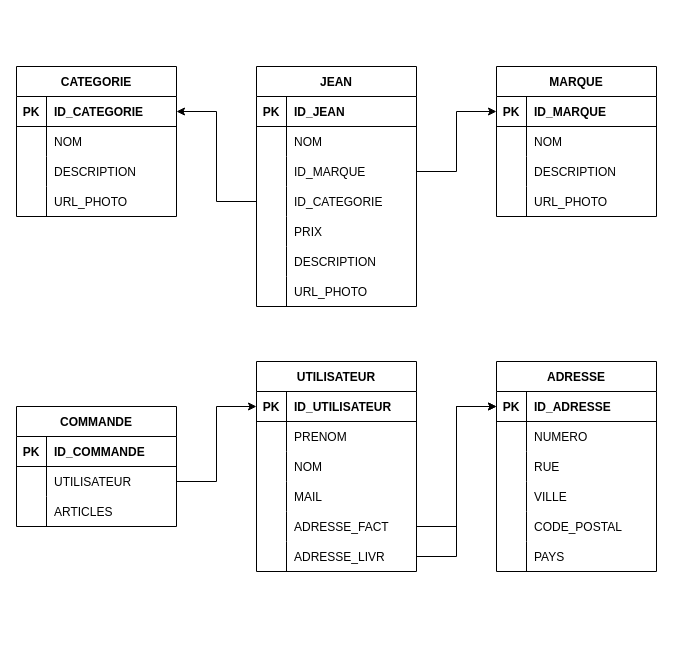
Earlier version of the draw.io diagram database/DB.drawio (Paul-Riviere/SupJeans). Source tidied: cells renumbered, new cells numbered last; positions are measured from the earlier drawing's top-left corner, leaving out a move shared by most shapes. Both pictures are drawn from the tidied source at 100%, with x=0, y=0 at pixel (16, 66).
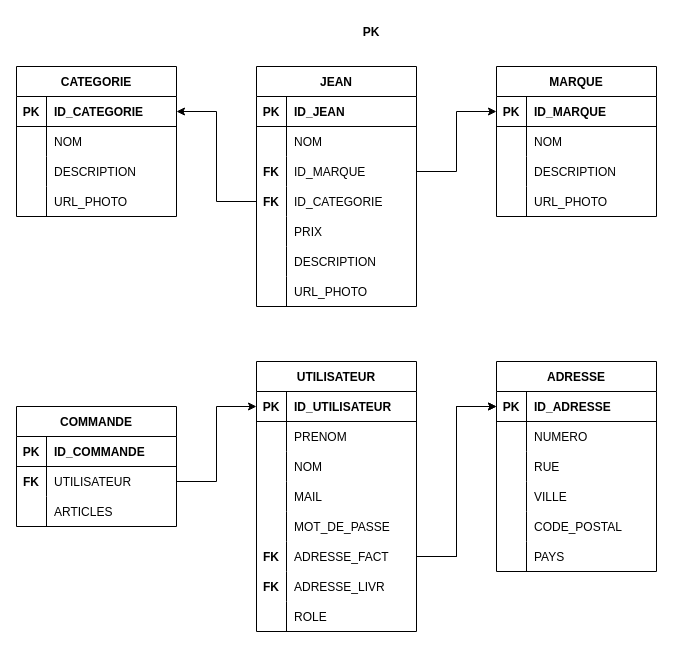
The same page after the edit.

The change refers to these unchanged cells:
```xml
<mxCell id="28" style="shape=partialRectangle;fillColor=none;top=0;left=0;bottom=0;right=0;points=[[0,0.5],[1,0.5]];portConstraint=eastwest;" parent="21" vertex="1">
  <mxGeometry y="90" width="160" height="30" as="geometry" />
</mxCell>
<mxCell id="31" style="shape=partialRectangle;fillColor=none;top=0;left=0;bottom=0;right=0;points=[[0,0.5],[1,0.5]];portConstraint=eastwest;" parent="21" vertex="1">
  <mxGeometry y="120" width="160" height="30" as="geometry" />
</mxCell>
<mxCell id="73" style="shape=partialRectangle;fillColor=none;top=0;left=0;bottom=0;right=0;points=[[0,0.5],[1,0.5]];portConstraint=eastwest;" parent="69" vertex="1">
  <mxGeometry y="60" width="160" height="30" as="geometry" />
</mxCell>
```

What changed in the source:
```diff
@@
     <mxCell id="2" value="UTILISATEUR" style="shape=table;startSize=30;childLayout=tableLayout;rowLines=0;fontStyle=1;align=center;" parent="1" vertex="1">
-      <mxGeometry x="240" y="295" width="160" height="210" as="geometry" />
+      <mxGeometry x="240" y="295" width="160" height="270" as="geometry" />
     </mxCell>
@@
+    <mxCell id="103" style="shape=partialRectangle;fillColor=none;top=0;left=0;bottom=0;right=0;" parent="2" vertex="1">
+      <mxGeometry y="150" width="160" height="30" as="geometry" />
+    </mxCell>
+    <mxCell id="104" style="shape=partialRectangle;fillColor=none;top=0;left=0;bottom=0;right=0;overflow=hidden;" parent="103" vertex="1">
+      <mxGeometry width="30" height="30" as="geometry" />
+    </mxCell>
+    <mxCell id="105" value="MOT_DE_PASSE" style="shape=partialRectangle;fillColor=none;top=0;left=0;bottom=0;right=0;align=left;spacingLeft=6;overflow=hidden;" parent="103" vertex="1">
+      <mxGeometry x="30" width="130" height="30" as="geometry" />
+    </mxCell>
     <mxCell id="15" style="shape=partialRectangle;fillColor=none;top=0;left=0;bottom=0;right=0;points=[[0,0.5],[1,0.5]];portConstraint=eastwest;" parent="2" vertex="1">
-      <mxGeometry y="150" width="160" height="30" as="geometry" />
+      <mxGeometry y="180" width="160" height="30" as="geometry" />
     </mxCell>
-    <mxCell id="16" style="shape=partialRectangle;fillColor=none;top=0;left=0;bottom=0;right=0;overflow=hidden;" parent="15" vertex="1">
+    <mxCell id="16" value="FK" style="shape=partialRectangle;fillColor=none;top=0;left=0;bottom=0;right=0;overflow=hidden;fontStyle=1;" parent="15" vertex="1">
       <mxGeometry width="30" height="30" as="geometry" />
     </mxCell>
@@
     <mxCell id="18" style="shape=partialRectangle;fillColor=none;top=0;left=0;bottom=0;right=0;points=[[0,0.5],[1,0.5]];portConstraint=eastwest;" parent="2" vertex="1">
-      <mxGeometry y="180" width="160" height="30" as="geometry" />
+      <mxGeometry y="210" width="160" height="30" as="geometry" />
     </mxCell>
-    <mxCell id="19" style="shape=partialRectangle;fillColor=none;top=0;left=0;bottom=0;right=0;overflow=hidden;" parent="18" vertex="1">
+    <mxCell id="19" value="FK" style="shape=partialRectangle;fillColor=none;top=0;left=0;bottom=0;right=0;overflow=hidden;fontStyle=1;" parent="18" vertex="1">
       <mxGeometry width="30" height="30" as="geometry" />
     </mxCell>
@@
+    <mxCell id="106" style="shape=partialRectangle;fillColor=none;top=0;left=0;bottom=0;right=0;" parent="2" vertex="1">
+      <mxGeometry y="240" width="160" height="30" as="geometry" />
+    </mxCell>
+    <mxCell id="107" style="shape=partialRectangle;fillColor=none;top=0;left=0;bottom=0;right=0;overflow=hidden;" parent="106" vertex="1">
+      <mxGeometry width="30" height="30" as="geometry" />
+    </mxCell>
+    <mxCell id="108" value="ROLE" style="shape=partialRectangle;fillColor=none;top=0;left=0;bottom=0;right=0;align=left;spacingLeft=6;overflow=hidden;" parent="106" vertex="1">
+      <mxGeometry x="30" width="130" height="30" as="geometry" />
+    </mxCell>
@@
-    <mxCell id="29" style="shape=partialRectangle;fillColor=none;top=0;left=0;bottom=0;right=0;overflow=hidden;" parent="28" vertex="1">
+    <mxCell id="29" value="FK" style="shape=partialRectangle;fillColor=none;top=0;left=0;bottom=0;right=0;overflow=hidden;fontStyle=1;" parent="28" vertex="1">
       <mxGeometry width="30" height="30" as="geometry" />
     </mxCell>
@@
-    <mxCell id="32" style="shape=partialRectangle;fillColor=none;top=0;left=0;bottom=0;right=0;overflow=hidden;" parent="31" vertex="1">
+    <mxCell id="32" value="FK" style="shape=partialRectangle;fillColor=none;top=0;left=0;bottom=0;right=0;overflow=hidden;fontStyle=1;" parent="31" vertex="1">
       <mxGeometry width="30" height="30" as="geometry" />
     </mxCell>
@@
-    <mxCell id="74" style="shape=partialRectangle;fillColor=none;top=0;left=0;bottom=0;right=0;overflow=hidden;" parent="73" vertex="1">
+    <mxCell id="74" value="FK" style="shape=partialRectangle;fillColor=none;top=0;left=0;bottom=0;right=0;overflow=hidden;fontStyle=1;" parent="73" vertex="1">
       <mxGeometry width="30" height="30" as="geometry" />
     </mxCell>
@@
+    <mxCell id="109" value="PK" style="shape=partialRectangle;fillColor=none;top=0;left=0;bottom=0;right=0;fontStyle=1;overflow=hidden;strokeColor=default;" parent="1" vertex="1">
+      <mxGeometry x="340" y="-50" width="30" height="30" as="geometry" />
+    </mxCell>
```
